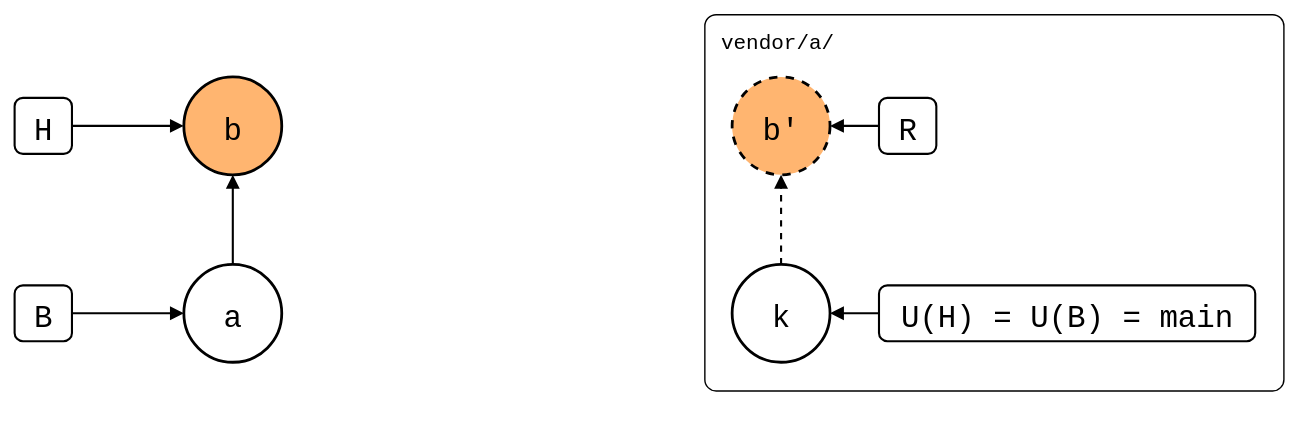
Above: test/scenarios/03-branches-and-teamwork/02-feature-branch-from-main/feature-branch-from-main.drawio.svg in roschaefer/git-splice (draw.io), before the change. Source tidied: cells renumbered, new cells last; positions are measured from the earlier drawing's top-left corner, leaving out a move shared by most shapes.
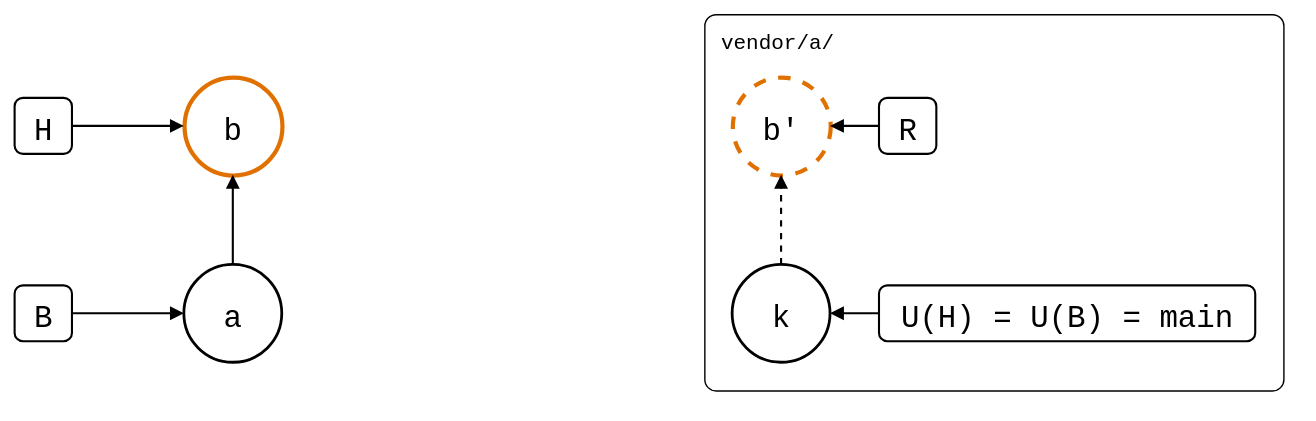
After the change.

Diff of the diagram source:
```diff
@@ -8,13 +8,13 @@
     <mxCell id="3" value="a" style="ellipse;strokeWidth=2;fontSize=22;fontFamily=Roboto Mono,monospace;" parent="1" vertex="1">
       <mxGeometry x="121" y="179" width="70" height="70" as="geometry" />
     </mxCell>
-    <mxCell id="4" value="b" style="ellipse;strokeWidth=2;fontSize=22;fontFamily=Roboto Mono,monospace;fillColor=#FFB570;" parent="1" vertex="1">
+    <mxCell id="4" value="b" style="ellipse;fontSize=22;fontFamily=Roboto Mono,monospace;strokeColor=#E07000;strokeWidth=3;" parent="1" vertex="1">
       <mxGeometry x="121" y="45" width="70" height="70" as="geometry" />
     </mxCell>
     <mxCell id="5" value="k" style="ellipse;strokeWidth=2;fontSize=22;fontFamily=Roboto Mono,monospace;" parent="1" vertex="1">
       <mxGeometry x="513" y="179" width="70" height="70" as="geometry" />
     </mxCell>
-    <mxCell id="6" value="b'" style="ellipse;strokeWidth=2;fontSize=22;fontFamily=Roboto Mono,monospace;dashed=1;fillColor=#FFB570;" parent="1" vertex="1">
+    <mxCell id="6" value="b'" style="ellipse;fontSize=22;fontFamily=Roboto Mono,monospace;dashed=1;strokeColor=#E07000;strokeWidth=3;" parent="1" vertex="1">
       <mxGeometry x="513" y="45" width="70" height="70" as="geometry" />
     </mxCell>
     <mxCell id="7" value="H" style="rounded=1;strokeWidth=1.5;fontSize=22;fontFamily=Roboto Mono,monospace;" parent="1" vertex="1">
```
